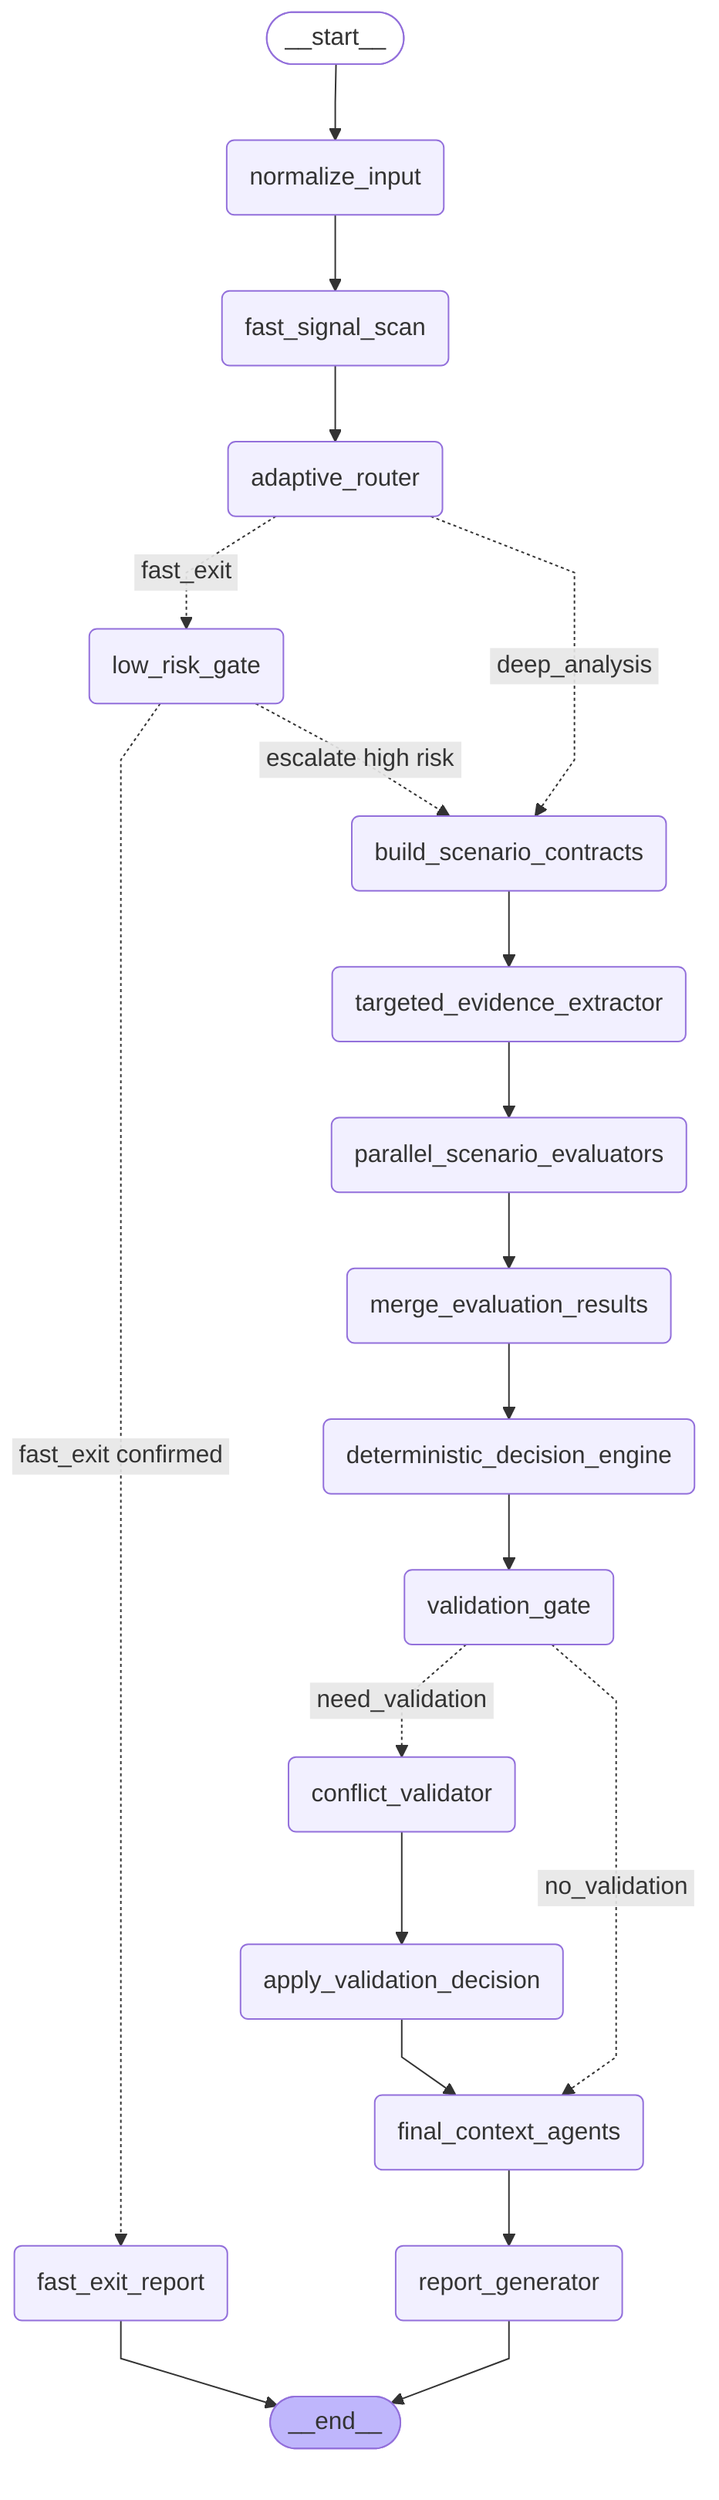
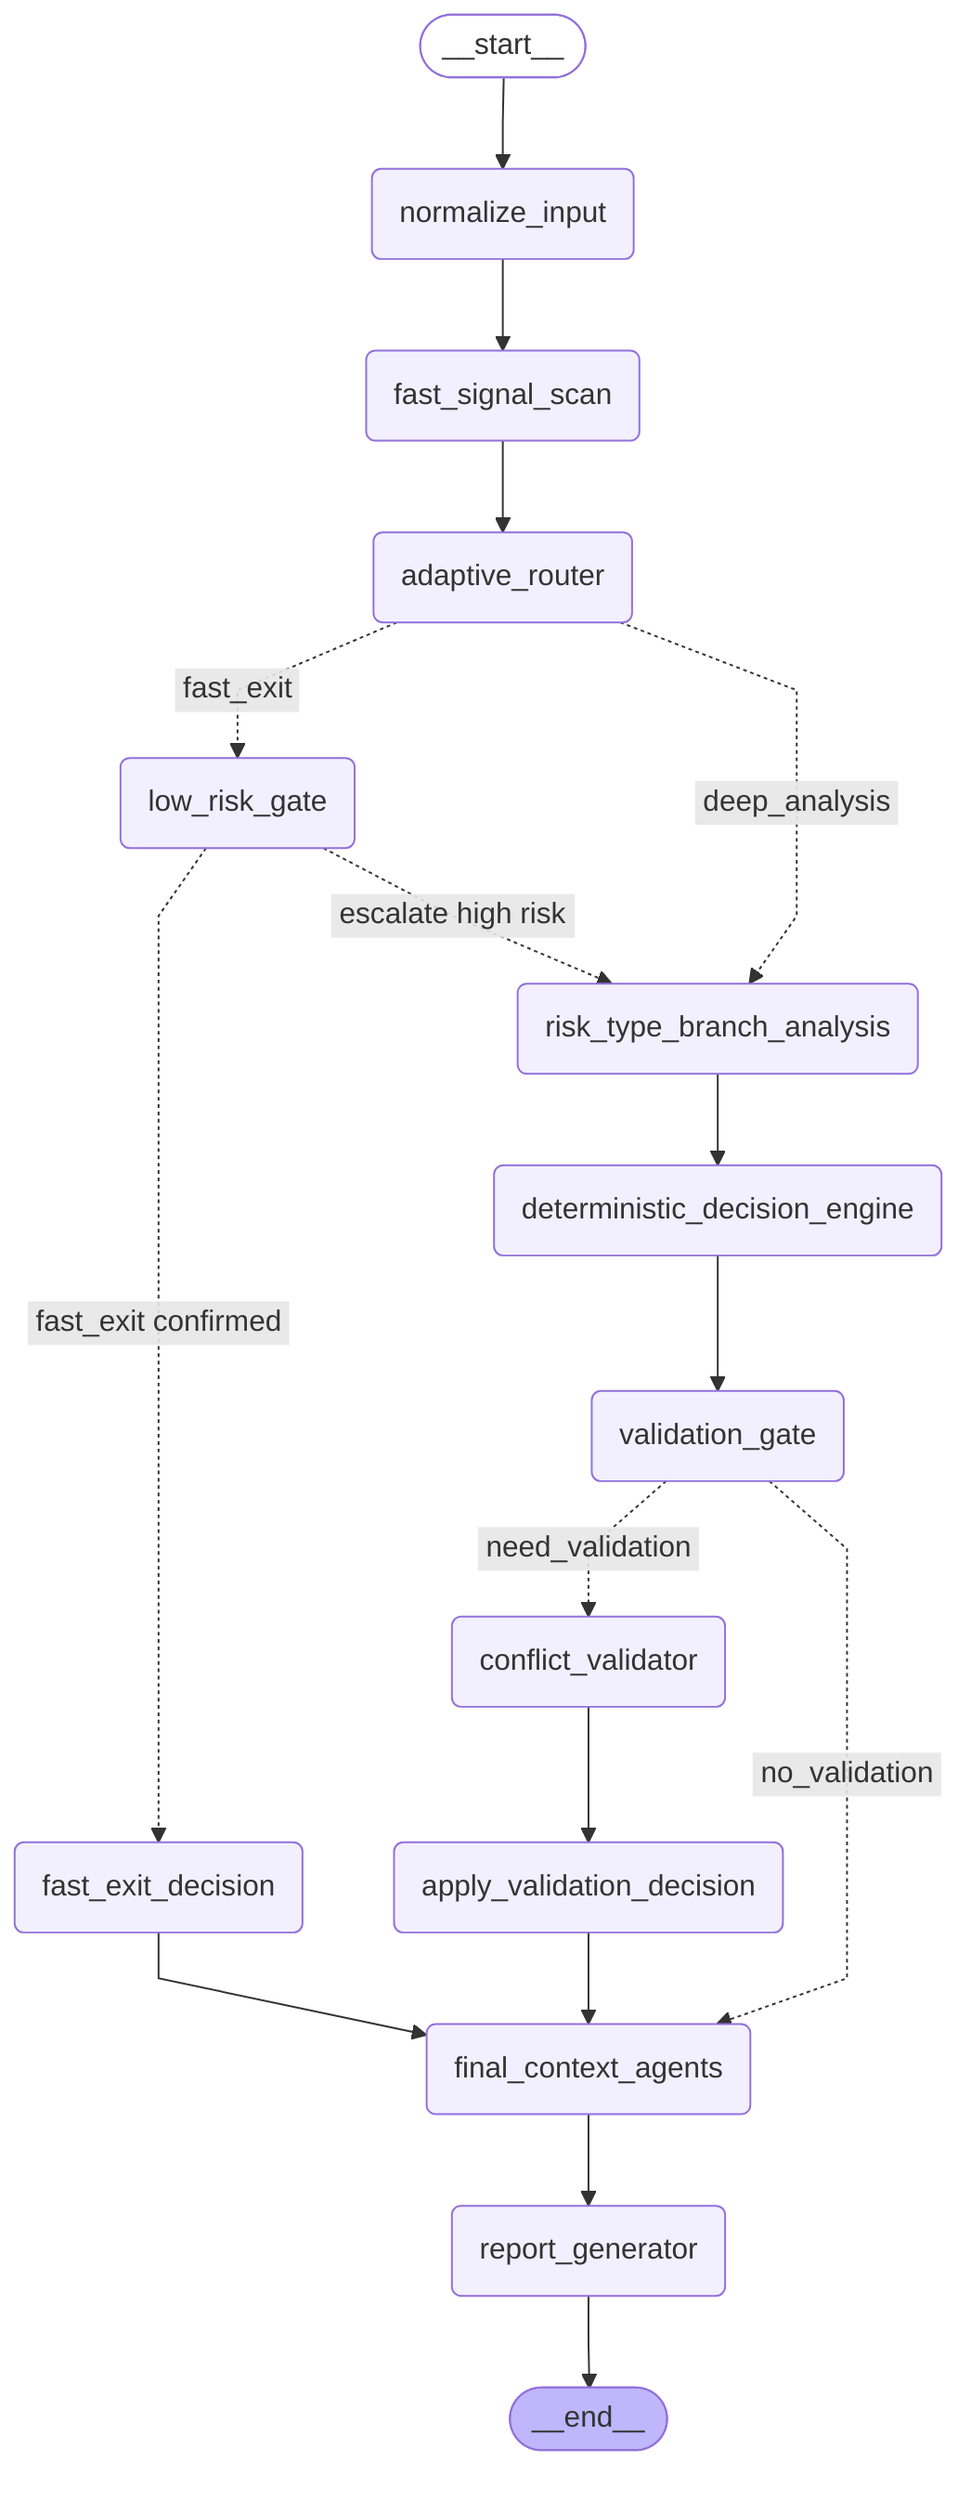
---
config:
  flowchart:
    curve: linear
---
graph TD;
	__start__([<p>__start__</p>]):::first
	normalize_input(normalize_input)
	fast_signal_scan(fast_signal_scan)
	adaptive_router(adaptive_router)
	low_risk_gate(low_risk_gate)
- 	fast_exit_report(fast_exit_report)
- 	build_scenario_contracts(build_scenario_contracts)
- 	targeted_evidence_extractor(targeted_evidence_extractor)
- 	parallel_scenario_evaluators(parallel_scenario_evaluators)
- 	merge_evaluation_results(merge_evaluation_results)
+ 	fast_exit_decision(fast_exit_decision)
+ 	risk_type_branch_analysis(risk_type_branch_analysis)
	deterministic_decision_engine(deterministic_decision_engine)
	validation_gate(validation_gate)
	conflict_validator(conflict_validator)
	apply_validation_decision(apply_validation_decision)
	final_context_agents(final_context_agents)
	report_generator(report_generator)
	__end__([<p>__end__</p>]):::last
	__start__ --> normalize_input;
	normalize_input --> fast_signal_scan;
	fast_signal_scan --> adaptive_router;
	adaptive_router -. &nbsp;fast_exit&nbsp; .-> low_risk_gate;
- 	adaptive_router -. &nbsp;deep_analysis&nbsp; .-> build_scenario_contracts;
- 	low_risk_gate -. &nbsp;fast_exit confirmed&nbsp; .-> fast_exit_report;
- 	low_risk_gate -. &nbsp;escalate high risk&nbsp; .-> build_scenario_contracts;
- 	fast_exit_report --> __end__;
- 	build_scenario_contracts --> targeted_evidence_extractor;
- 	targeted_evidence_extractor --> parallel_scenario_evaluators;
- 	parallel_scenario_evaluators --> merge_evaluation_results;
- 	merge_evaluation_results --> deterministic_decision_engine;
+ 	adaptive_router -. &nbsp;deep_analysis&nbsp; .-> risk_type_branch_analysis;
+ 	low_risk_gate -. &nbsp;fast_exit confirmed&nbsp; .-> fast_exit_decision;
+ 	low_risk_gate -. &nbsp;escalate high risk&nbsp; .-> risk_type_branch_analysis;
+ 	fast_exit_decision --> final_context_agents;
+ 	risk_type_branch_analysis --> deterministic_decision_engine;
	deterministic_decision_engine --> validation_gate;
	validation_gate -. &nbsp;need_validation&nbsp; .-> conflict_validator;
	validation_gate -. &nbsp;no_validation&nbsp; .-> final_context_agents;
	conflict_validator --> apply_validation_decision;
	apply_validation_decision --> final_context_agents;
	final_context_agents --> report_generator;
	report_generator --> __end__;
	classDef default fill:#f2f0ff,line-height:1.2
	classDef first fill-opacity:0
	classDef last fill:#bfb6fc
